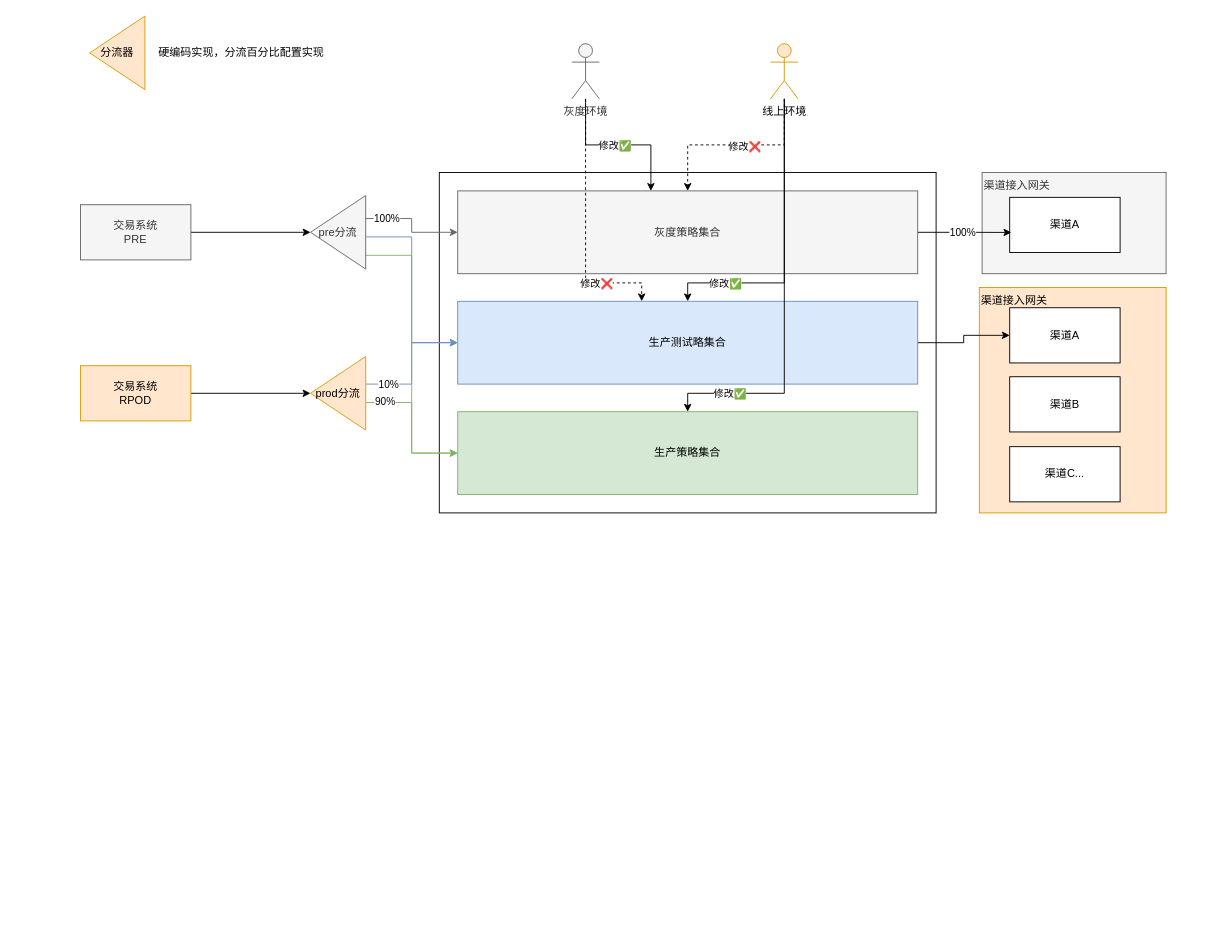
Above: 路由策略灰度能力.drawio in catface996/images (draw.io), before the change. Source tidied: cells renumbered, new cells numbered last; positions are measured from the earlier drawing's top-left corner, leaving out a move shared by most shapes. Both pictures are drawn from the tidied source at 92%, with x=0, y=0 at pixel (80, 16).
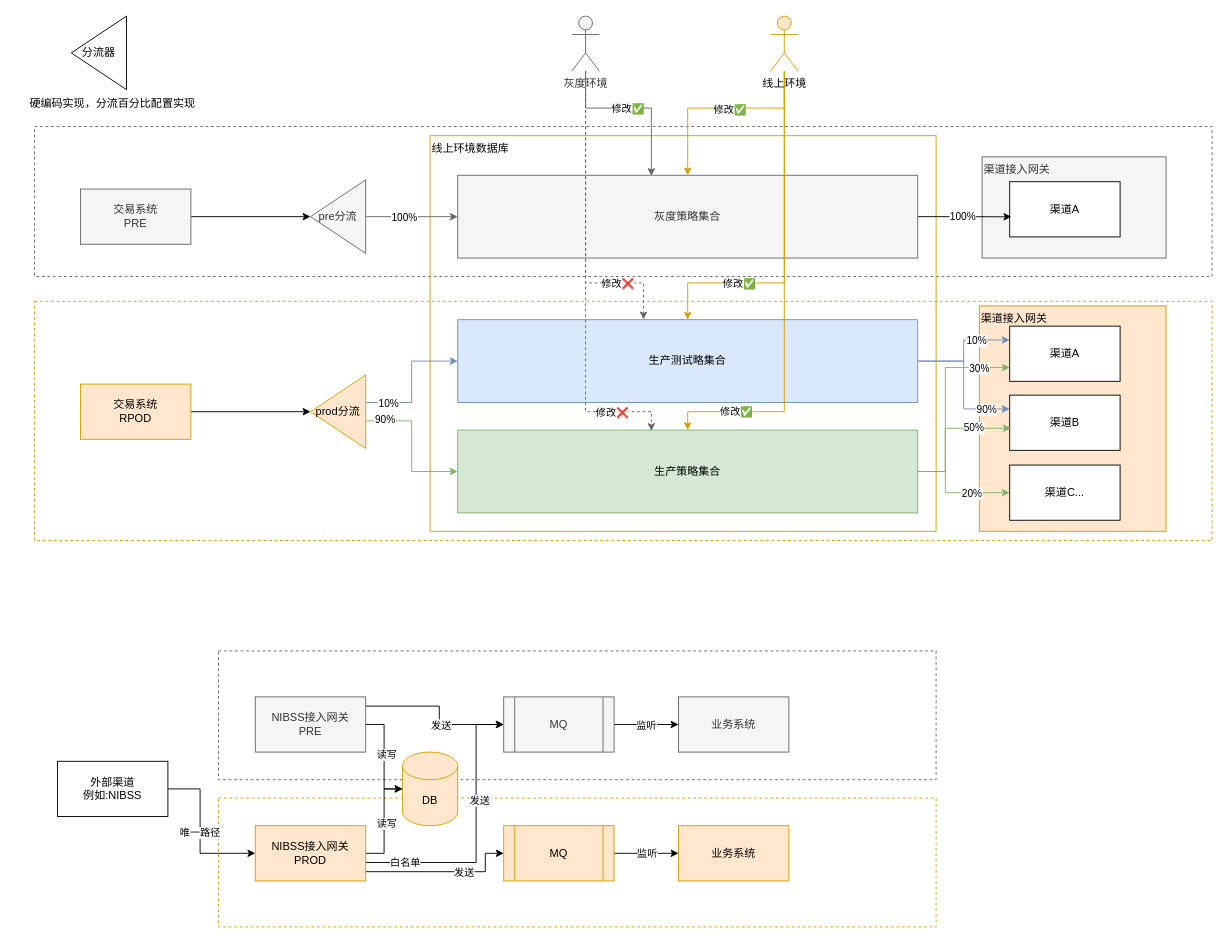
The same page after the edit.

Commit message:
更新路由策略灰度能力.drawio

Change to the diagram source:
```diff
@@
+    <mxCell id="43" style="rounded=0;whiteSpace=wrap;html=1;fillColor=none;strokeColor=#d79b00;dashed=1;" parent="1" vertex="1">
+      <mxGeometry x="150" y="850" width="780" height="140" as="geometry" />
+    </mxCell>
+    <mxCell id="44" style="rounded=0;whiteSpace=wrap;html=1;fillColor=none;strokeColor=#666666;dashed=1;fontColor=#333333;" parent="1" vertex="1">
+      <mxGeometry x="150" y="690" width="780" height="140" as="geometry" />
+    </mxCell>
+    <mxCell id="45" style="rounded=0;whiteSpace=wrap;html=1;fillColor=none;strokeColor=#666666;dashed=1;fontColor=#333333;" parent="1" vertex="1">
+      <mxGeometry x="-50" y="120" width="1280" height="163" as="geometry" />
+    </mxCell>
+    <mxCell id="46" style="rounded=0;whiteSpace=wrap;html=1;fillColor=none;strokeColor=#D79B00;dashed=1;" parent="1" vertex="1">
+      <mxGeometry x="-50" y="310" width="1280" height="260" as="geometry" />
+    </mxCell>
     <mxCell id="2" value="渠道接入网关" style="rounded=0;whiteSpace=wrap;html=1;fillColor=#ffe6cc;strokeColor=#d79b00;align=left;verticalAlign=top;" parent="1" vertex="1">
-      <mxGeometry x="977" y="295" width="203" height="245" as="geometry" />
+      <mxGeometry x="977" y="315" width="203" height="245" as="geometry" />
     </mxCell>
     <mxCell id="3" value="渠道接入网关" style="rounded=0;whiteSpace=wrap;html=1;fillColor=#f5f5f5;strokeColor=#666666;align=left;verticalAlign=top;fontColor=#333333;" parent="1" vertex="1">
-      <mxGeometry x="980" y="170" width="200" height="110" as="geometry" />
+      <mxGeometry x="980" y="153" width="200" height="110" as="geometry" />
     </mxCell>
     <mxCell id="4" value="渠道A" style="rounded=0;whiteSpace=wrap;html=1;" parent="1" vertex="1">
-      <mxGeometry x="1010" y="197" width="120" height="60" as="geometry" />
+      <mxGeometry x="1010" y="180" width="120" height="60" as="geometry" />
     </mxCell>
     <mxCell id="5" value="渠道A" style="rounded=0;whiteSpace=wrap;html=1;" parent="1" vertex="1">
-      <mxGeometry x="1010" y="317" width="120" height="60" as="geometry" />
+      <mxGeometry x="1010" y="337" width="120" height="60" as="geometry" />
     </mxCell>
     <mxCell id="6" value="渠道B" style="rounded=0;whiteSpace=wrap;html=1;" parent="1" vertex="1">
-      <mxGeometry x="1010" y="392" width="120" height="60" as="geometry" />
+      <mxGeometry x="1010" y="412" width="120" height="60" as="geometry" />
     </mxCell>
     <mxCell id="7" value="渠道C..." style="rounded=0;whiteSpace=wrap;html=1;" parent="1" vertex="1">
-      <mxGeometry x="1010" y="468" width="120" height="60" as="geometry" />
+      <mxGeometry x="1010" y="488" width="120" height="60" as="geometry" />
     </mxCell>
-    <mxCell id="8" style="rounded=0;whiteSpace=wrap;html=1;" parent="1" vertex="1">
-      <mxGeometry x="390" y="170" width="540" height="370" as="geometry" />
+    <mxCell id="8" value="线上环境数据库" style="rounded=0;whiteSpace=wrap;html=1;fillColor=none;align=left;verticalAlign=top;strokeColor=#d79b00;gradientColor=none;" parent="1" vertex="1">
+      <mxGeometry x="380" y="130" width="550" height="430" as="geometry" />
     </mxCell>
@@
     <mxCell id="11" value="灰度策略集合" style="rounded=0;whiteSpace=wrap;html=1;fillColor=#f5f5f5;fontColor=#333333;strokeColor=#666666;" parent="1" vertex="1">
-      <mxGeometry x="410" y="190" width="500" height="90" as="geometry" />
+      <mxGeometry x="410" y="173" width="500" height="90" as="geometry" />
     </mxCell>
-    <mxCell id="12" style="edgeStyle=orthogonalEdgeStyle;rounded=0;jettySize=auto;html=1;entryX=0;entryY=0.5;entryDx=0;entryDy=0;" parent="1" edge="1" source="13" target="5">
+    <mxCell id="12" style="edgeStyle=orthogonalEdgeStyle;rounded=0;jettySize=auto;html=1;entryX=0;entryY=0.25;entryDx=0;entryDy=0;fillColor=#dae8fc;strokeColor=#6c8ebf;" parent="1" edge="1" source="13" target="5">
       <mxGeometry relative="1" as="geometry" />
     </mxCell>
+    <mxCell id="47" value="10%" style="edgeLabel;html=1;align=center;verticalAlign=middle;" parent="12" vertex="1">
+      <mxGeometry x="0.4" relative="1" as="geometry" />
+    </mxCell>
+    <mxCell id="48" style="edgeStyle=orthogonalEdgeStyle;rounded=0;jettySize=auto;html=1;entryX=0;entryY=0.25;entryDx=0;entryDy=0;fillColor=#dae8fc;strokeColor=#6c8ebf;" parent="1" edge="1" source="13" target="6">
+      <mxGeometry relative="1" as="geometry" />
+    </mxCell>
+    <mxCell id="49" value="90%" style="edgeLabel;html=1;align=center;verticalAlign=middle;" parent="48" vertex="1">
+      <mxGeometry x="0.66" relative="1" as="geometry" />
+    </mxCell>
     <mxCell id="13" value="生产测试略集合" style="rounded=0;whiteSpace=wrap;html=1;fillColor=#dae8fc;strokeColor=#6c8ebf;" parent="1" vertex="1">
-      <mxGeometry x="410" y="310" width="500" height="90" as="geometry" />
+      <mxGeometry x="410" y="330" width="500" height="90" as="geometry" />
     </mxCell>
+    <mxCell id="50" style="edgeStyle=orthogonalEdgeStyle;rounded=0;jettySize=auto;html=1;entryX=0;entryY=0.75;entryDx=0;entryDy=0;fillColor=#d5e8d4;strokeColor=#82b366;" parent="1" edge="1" source="14" target="5">
+      <mxGeometry relative="1" as="geometry">
+        <Array as="points">
+          <mxPoint x="940" y="495" />
+          <mxPoint x="940" y="382" />
+        </Array>
+      </mxGeometry>
+    </mxCell>
+    <mxCell id="51" value="30%" style="edgeLabel;html=1;align=center;verticalAlign=middle;" parent="50" vertex="1">
+      <mxGeometry x="0.68" relative="1" as="geometry" />
+    </mxCell>
+    <mxCell id="52" style="edgeStyle=orthogonalEdgeStyle;rounded=0;jettySize=auto;html=1;entryX=0.011;entryY=0.6;entryDx=0;entryDy=0;entryPerimeter=0;fillColor=#d5e8d4;strokeColor=#82b366;" parent="1" edge="1" source="14" target="6">
+      <mxGeometry relative="1" as="geometry">
+        <Array as="points">
+          <mxPoint x="940" y="495" />
+          <mxPoint x="940" y="448" />
+        </Array>
+      </mxGeometry>
+    </mxCell>
+    <mxCell id="53" value="50%" style="edgeLabel;html=1;align=center;verticalAlign=middle;" parent="52" vertex="1">
+      <mxGeometry x="0.44" y="1" relative="1" as="geometry" />
+    </mxCell>
+    <mxCell id="54" style="edgeStyle=orthogonalEdgeStyle;rounded=0;jettySize=auto;html=1;entryX=0;entryY=0.5;entryDx=0;entryDy=0;fillColor=#d5e8d4;strokeColor=#82b366;" parent="1" edge="1" source="14" target="7">
+      <mxGeometry relative="1" as="geometry">
+        <Array as="points">
+          <mxPoint x="940" y="495" />
+          <mxPoint x="940" y="518" />
+        </Array>
+      </mxGeometry>
+    </mxCell>
+    <mxCell id="55" value="20%" style="edgeLabel;html=1;align=center;verticalAlign=middle;" parent="54" vertex="1">
+      <mxGeometry x="0.31" relative="1" as="geometry" />
+    </mxCell>
     <mxCell id="14" value="生产策略集合" style="rounded=0;whiteSpace=wrap;html=1;fillColor=#d5e8d4;strokeColor=#82b366;" parent="1" vertex="1">
-      <mxGeometry x="410" y="430" width="500" height="90" as="geometry" />
+      <mxGeometry x="410" y="450" width="500" height="90" as="geometry" />
     </mxCell>
     <mxCell id="15" style="edgeStyle=orthogonalEdgeStyle;rounded=0;jettySize=auto;html=1;entryX=0;entryY=0.5;entryDx=0;entryDy=0;fillColor=#dae8fc;strokeColor=#6c8ebf;" parent="1" edge="1" source="19" target="13">
       <mxGeometry relative="1" as="geometry">
         <Array as="points">
-          <mxPoint x="360" y="400" />
-          <mxPoint x="360" y="355" />
+          <mxPoint x="360" y="420" />
+          <mxPoint x="360" y="375" />
         </Array>
       </mxGeometry>
     </mxCell>
@@
     <mxCell id="17" style="edgeStyle=orthogonalEdgeStyle;rounded=0;jettySize=auto;html=1;entryX=0;entryY=0.5;entryDx=0;entryDy=0;fillColor=#d5e8d4;strokeColor=#82b366;" parent="1" edge="1" source="19" target="14">
       <mxGeometry relative="1" as="geometry">
         <Array as="points">
-          <mxPoint x="360" y="420" />
-          <mxPoint x="360" y="475" />
+          <mxPoint x="360" y="440" />
+          <mxPoint x="360" y="495" />
         </Array>
       </mxGeometry>
     </mxCell>
@@
     <mxCell id="19" value="prod分流" style="triangle;whiteSpace=wrap;html=1;direction=west;fillColor=#ffe6cc;strokeColor=#d79b00;" parent="1" vertex="1">
-      <mxGeometry x="250" y="370" width="60" height="80" as="geometry" />
+      <mxGeometry x="250" y="390" width="60" height="80" as="geometry" />
     </mxCell>
     <mxCell id="20" style="edgeStyle=orthogonalEdgeStyle;rounded=0;jettySize=auto;html=1;entryX=0;entryY=0.5;entryDx=0;entryDy=0;fillColor=#f5f5f5;strokeColor=#666666;" parent="1" edge="1" source="24" target="11">
       <mxGeometry relative="1" as="geometry">
         <Array as="points">
-          <mxPoint x="360" y="220" />
-          <mxPoint x="360" y="235" />
+          <mxPoint x="340" y="218" />
+          <mxPoint x="340" y="218" />
         </Array>
       </mxGeometry>
     </mxCell>
     <mxCell id="21" value="100%" style="edgeLabel;html=1;align=center;verticalAlign=middle;" parent="20" vertex="1">
-      <mxGeometry x="-0.61" y="1" relative="1" as="geometry" />
+      <mxGeometry x="-0.61" y="1" relative="1" as="geometry">
+        <mxPoint x="21" y="1" as="offset" />
+      </mxGeometry>
     </mxCell>
-    <mxCell id="22" style="edgeStyle=orthogonalEdgeStyle;rounded=0;jettySize=auto;html=1;entryX=0;entryY=0.5;entryDx=0;entryDy=0;fillColor=#dae8fc;strokeColor=#6c8ebf;" parent="1" edge="1" source="24" target="13">
-      <mxGeometry relative="1" as="geometry">
-        <Array as="points">
-          <mxPoint x="360" y="240" />
-          <mxPoint x="360" y="355" />
-        </Array>
-      </mxGeometry>
-    </mxCell>
-    <mxCell id="23" style="edgeStyle=orthogonalEdgeStyle;rounded=0;jettySize=auto;html=1;entryX=0;entryY=0.5;entryDx=0;entryDy=0;fillColor=#d5e8d4;strokeColor=#82b366;" parent="1" edge="1" source="24" target="14">
-      <mxGeometry relative="1" as="geometry">
-        <Array as="points">
-          <mxPoint x="360" y="260" />
-          <mxPoint x="360" y="475" />
-        </Array>
-      </mxGeometry>
-    </mxCell>
     <mxCell id="24" value="pre分流" style="triangle;whiteSpace=wrap;html=1;direction=west;fillColor=#f5f5f5;strokeColor=#666666;fontColor=#333333;" parent="1" vertex="1">
-      <mxGeometry x="250" y="195" width="60" height="80" as="geometry" />
+      <mxGeometry x="250" y="178" width="60" height="80" as="geometry" />
     </mxCell>
-    <mxCell id="25" style="edgeStyle=orthogonalEdgeStyle;rounded=0;jettySize=auto;html=1;" parent="1" edge="1" source="29">
+    <mxCell id="25" style="edgeStyle=orthogonalEdgeStyle;rounded=0;jettySize=auto;html=1;entryX=0.421;entryY=0.008;entryDx=0;entryDy=0;entryPerimeter=0;fillColor=#f5f5f5;strokeColor=#666666;" parent="1" edge="1" source="29" target="11">
       <mxGeometry relative="1" as="geometry">
-        <mxPoint x="620" y="190" as="targetPoint" />
         <Array as="points">
-          <mxPoint x="549" y="140" />
-          <mxPoint x="620" y="140" />
-          <mxPoint x="620" y="190" />
+          <mxPoint x="549" y="100" />
+          <mxPoint x="620" y="100" />
         </Array>
       </mxGeometry>
     </mxCell>
@@
-    <mxCell id="27" style="edgeStyle=orthogonalEdgeStyle;rounded=0;jettySize=auto;html=1;dashed=1;" parent="1" edge="1" source="29">
+    <mxCell id="27" style="edgeStyle=orthogonalEdgeStyle;rounded=0;jettySize=auto;html=1;dashed=1;entryX=0.404;entryY=-0.003;entryDx=0;entryDy=0;entryPerimeter=0;fillColor=#f5f5f5;strokeColor=#666666;" parent="1" edge="1" source="29" target="13">
       <mxGeometry relative="1" as="geometry">
-        <mxPoint x="610" y="310" as="targetPoint" />
         <Array as="points">
           <mxPoint x="549" y="290" />
-          <mxPoint x="610" y="290" />
-          <mxPoint x="610" y="310" />
+          <mxPoint x="612" y="290" />
         </Array>
       </mxGeometry>
     </mxCell>
     <mxCell id="28" value="修改❌" style="edgeLabel;html=1;align=center;verticalAlign=middle;" parent="27" vertex="1">
-      <mxGeometry x="0.5" relative="1" as="geometry" />
+      <mxGeometry x="0.5" relative="1" as="geometry">
+        <mxPoint x="14" as="offset" />
+      </mxGeometry>
     </mxCell>
+    <mxCell id="56" style="edgeStyle=orthogonalEdgeStyle;rounded=0;jettySize=auto;html=1;entryX=0.421;entryY=0.01;entryDx=0;entryDy=0;entryPerimeter=0;dashed=1;fillColor=#f5f5f5;strokeColor=#666666;" parent="1" edge="1" source="29" target="14">
+      <mxGeometry relative="1" as="geometry">
+        <Array as="points">
+          <mxPoint x="549" y="430" />
+          <mxPoint x="620" y="430" />
+        </Array>
+      </mxGeometry>
+    </mxCell>
+    <mxCell id="57" value="修改❌" style="edgeLabel;html=1;align=center;verticalAlign=middle;" parent="56" vertex="1">
+      <mxGeometry x="0.72" relative="1" as="geometry" />
+    </mxCell>
     <mxCell id="29" value="灰度环境" style="shape=umlActor;verticalLabelPosition=bottom;verticalAlign=top;html=1;outlineConnect=0;fillColor=#f5f5f5;fontColor=#333333;strokeColor=#666666;" parent="1" vertex="1">
-      <mxGeometry x="534" y="30" width="30" height="60" as="geometry" />
+      <mxGeometry x="534" width="30" height="60" as="geometry" />
     </mxCell>
-    <mxCell id="30" style="edgeStyle=orthogonalEdgeStyle;rounded=0;jettySize=auto;html=1;entryX=0.5;entryY=0;entryDx=0;entryDy=0;dashed=1;" parent="1" edge="1" source="36" target="11">
-      <mxGeometry relative="1" as="geometry" />
+    <mxCell id="30" style="edgeStyle=orthogonalEdgeStyle;rounded=0;jettySize=auto;html=1;entryX=0.5;entryY=0;entryDx=0;entryDy=0;fillColor=#ffe6cc;strokeColor=#d79b00;" parent="1" edge="1" source="36" target="11">
+      <mxGeometry relative="1" as="geometry">
+        <Array as="points">
+          <mxPoint x="765" y="100" />
+          <mxPoint x="660" y="100" />
+        </Array>
+      </mxGeometry>
     </mxCell>
-    <mxCell id="31" value="修改❌" style="edgeLabel;html=1;align=center;verticalAlign=middle;" parent="30" vertex="1">
+    <mxCell id="31" value="修改✅" style="edgeLabel;html=1;align=center;verticalAlign=middle;" parent="30" vertex="1">
       <mxGeometry x="-0.08" y="1" relative="1" as="geometry" />
     </mxCell>
-    <mxCell id="32" style="edgeStyle=orthogonalEdgeStyle;rounded=0;jettySize=auto;html=1;entryX=0.5;entryY=0;entryDx=0;entryDy=0;" parent="1" edge="1" source="36" target="13">
+    <mxCell id="32" style="edgeStyle=orthogonalEdgeStyle;rounded=0;jettySize=auto;html=1;entryX=0.5;entryY=0;entryDx=0;entryDy=0;fillColor=#ffe6cc;strokeColor=#d79b00;" parent="1" edge="1" source="36" target="13">
       <mxGeometry relative="1" as="geometry">
         <Array as="points">
           <mxPoint x="765" y="290" />
           <mxPoint x="660" y="290" />
         </Array>
       </mxGeometry>
     </mxCell>
     <mxCell id="33" value="修改✅" style="edgeLabel;html=1;align=center;verticalAlign=middle;" parent="32" vertex="1">
-      <mxGeometry x="0.63" relative="1" as="geometry" />
+      <mxGeometry x="0.63" relative="1" as="geometry">
+        <mxPoint x="26" as="offset" />
+      </mxGeometry>
     </mxCell>
-    <mxCell id="34" style="edgeStyle=orthogonalEdgeStyle;rounded=0;jettySize=auto;html=1;entryX=0.5;entryY=0;entryDx=0;entryDy=0;" parent="1" edge="1" source="36" target="14">
+    <mxCell id="34" style="edgeStyle=orthogonalEdgeStyle;rounded=0;jettySize=auto;html=1;entryX=0.5;entryY=0;entryDx=0;entryDy=0;fillColor=#ffe6cc;strokeColor=#d79b00;" parent="1" edge="1" source="36" target="14">
       <mxGeometry relative="1" as="geometry">
         <Array as="points">
-          <mxPoint x="765" y="410" />
-          <mxPoint x="660" y="410" />
+          <mxPoint x="765" y="430" />
+          <mxPoint x="660" y="430" />
         </Array>
       </mxGeometry>
     </mxCell>
@@
     <mxCell id="36" value="线上环境" style="shape=umlActor;verticalLabelPosition=bottom;verticalAlign=top;html=1;outlineConnect=0;fillColor=#ffe6cc;strokeColor=#d79b00;" parent="1" vertex="1">
-      <mxGeometry x="750" y="30" width="30" height="60" as="geometry" />
+      <mxGeometry x="750" width="30" height="60" as="geometry" />
     </mxCell>
@@
     <mxCell id="38" value="交易系统&lt;br&gt;PRE" style="rounded=0;whiteSpace=wrap;html=1;fillColor=#f5f5f5;fontColor=#333333;strokeColor=#666666;" parent="1" vertex="1">
-      <mxGeometry y="205" width="120" height="60" as="geometry" />
+      <mxGeometry y="188" width="120" height="60" as="geometry" />
     </mxCell>
@@
     <mxCell id="40" value="交易系统&lt;br&gt;RPOD" style="rounded=0;whiteSpace=wrap;html=1;fillColor=#ffe6cc;strokeColor=#d79b00;" parent="1" vertex="1">
-      <mxGeometry y="380" width="120" height="60" as="geometry" />
+      <mxGeometry y="400" width="120" height="60" as="geometry" />
     </mxCell>
-    <mxCell id="41" value="分流器" style="triangle;whiteSpace=wrap;html=1;direction=west;fillColor=#ffe6cc;strokeColor=#d79b00;" parent="1" vertex="1">
-      <mxGeometry x="10" width="60" height="80" as="geometry" />
+    <mxCell id="41" value="分流器" style="triangle;whiteSpace=wrap;html=1;direction=west;" parent="1" vertex="1">
+      <mxGeometry x="-10" width="60" height="80" as="geometry" />
     </mxCell>
     <mxCell id="42" value="硬编码实现，分流百分比配置实现" style="text;html=1;strokeColor=none;fillColor=none;align=center;verticalAlign=middle;whiteSpace=wrap;rounded=0;" parent="1" vertex="1">
-      <mxGeometry x="70" y="25" width="210" height="30" as="geometry" />
+      <mxGeometry x="-70" y="80" width="210" height="30" as="geometry" />
     </mxCell>
+    <mxCell id="58" value="唯一路径" style="edgeStyle=orthogonalEdgeStyle;rounded=0;jettySize=auto;html=1;entryX=0;entryY=0.5;entryDx=0;entryDy=0;" parent="1" edge="1" source="59" target="67">
+      <mxGeometry relative="1" as="geometry">
+        <Array as="points">
+          <mxPoint x="130" y="840" />
+          <mxPoint x="130" y="910" />
+        </Array>
+      </mxGeometry>
+    </mxCell>
+    <mxCell id="59" value="外部渠道&lt;br&gt;例如:NIBSS" style="rounded=0;whiteSpace=wrap;html=1;" parent="1" vertex="1">
+      <mxGeometry x="-25" y="810" width="120" height="60" as="geometry" />
+    </mxCell>
+    <mxCell id="60" style="edgeStyle=orthogonalEdgeStyle;rounded=0;jettySize=auto;html=1;entryX=0;entryY=0.5;entryDx=0;entryDy=0;entryPerimeter=0;" parent="1" edge="1" source="67" target="73">
+      <mxGeometry relative="1" as="geometry" />
+    </mxCell>
+    <mxCell id="61" value="读写" style="edgeLabel;html=1;align=center;verticalAlign=middle;" parent="60" vertex="1">
+      <mxGeometry x="-0.04" y="-2" relative="1" as="geometry" />
+    </mxCell>
+    <mxCell id="62" style="edgeStyle=orthogonalEdgeStyle;rounded=0;jettySize=auto;html=1;entryX=0;entryY=0.5;entryDx=0;entryDy=0;" parent="1" edge="1" source="67" target="79">
+      <mxGeometry relative="1" as="geometry">
+        <Array as="points">
+          <mxPoint x="440" y="930" />
+          <mxPoint x="440" y="910" />
+        </Array>
+      </mxGeometry>
+    </mxCell>
+    <mxCell id="63" value="发送" style="edgeLabel;html=1;align=center;verticalAlign=middle;" parent="62" vertex="1">
+      <mxGeometry x="0.25" relative="1" as="geometry" />
+    </mxCell>
+    <mxCell id="64" style="edgeStyle=orthogonalEdgeStyle;rounded=0;jettySize=auto;html=1;entryX=0;entryY=0.5;entryDx=0;entryDy=0;" parent="1" edge="1" source="67" target="76">
+      <mxGeometry relative="1" as="geometry">
+        <Array as="points">
+          <mxPoint x="430" y="920" />
+          <mxPoint x="430" y="770" />
+        </Array>
+      </mxGeometry>
+    </mxCell>
+    <mxCell id="65" value="发送" style="edgeLabel;html=1;align=center;verticalAlign=middle;" parent="64" vertex="1">
+      <mxGeometry x="0.25" y="-3" relative="1" as="geometry" />
+    </mxCell>
+    <mxCell id="66" value="白名单" style="edgeLabel;html=1;align=center;verticalAlign=middle;" parent="64" vertex="1">
+      <mxGeometry x="-0.72" y="1" relative="1" as="geometry" />
+    </mxCell>
+    <mxCell id="67" value="NIBSS接入网关&lt;br&gt;PROD" style="rounded=0;whiteSpace=wrap;html=1;fillColor=#ffe6cc;strokeColor=#d79b00;" parent="1" vertex="1">
+      <mxGeometry x="190" y="880" width="120" height="60" as="geometry" />
+    </mxCell>
+    <mxCell id="68" style="edgeStyle=orthogonalEdgeStyle;rounded=0;jettySize=auto;html=1;entryX=0;entryY=0.5;entryDx=0;entryDy=0;entryPerimeter=0;" parent="1" edge="1" source="72" target="73">
+      <mxGeometry relative="1" as="geometry" />
+    </mxCell>
+    <mxCell id="69" value="读写" style="edgeLabel;html=1;align=center;verticalAlign=middle;" parent="68" vertex="1">
+      <mxGeometry x="-0.05" y="2" relative="1" as="geometry" />
+    </mxCell>
+    <mxCell id="70" style="edgeStyle=orthogonalEdgeStyle;rounded=0;jettySize=auto;html=1;entryX=0;entryY=0.5;entryDx=0;entryDy=0;" parent="1" edge="1" source="72" target="76">
+      <mxGeometry relative="1" as="geometry">
+        <Array as="points">
+          <mxPoint x="390" y="750" />
+          <mxPoint x="390" y="770" />
+        </Array>
+      </mxGeometry>
+    </mxCell>
+    <mxCell id="71" value="发送" style="edgeLabel;html=1;align=center;verticalAlign=middle;" parent="70" vertex="1">
+      <mxGeometry x="0.19" relative="1" as="geometry" />
+    </mxCell>
+    <mxCell id="72" value="NIBSS接入网关&lt;br&gt;PRE" style="rounded=0;whiteSpace=wrap;html=1;fillColor=#f5f5f5;strokeColor=#666666;fontColor=#333333;" parent="1" vertex="1">
+      <mxGeometry x="190" y="740" width="120" height="60" as="geometry" />
+    </mxCell>
+    <mxCell id="73" value="DB" style="shape=cylinder3;whiteSpace=wrap;html=1;boundedLbl=1;backgroundOutline=1;size=15;fillColor=#ffe6cc;strokeColor=#d79b00;" parent="1" vertex="1">
+      <mxGeometry x="350" y="800" width="60" height="80" as="geometry" />
+    </mxCell>
+    <mxCell id="74" style="edgeStyle=orthogonalEdgeStyle;rounded=0;jettySize=auto;html=1;entryX=0;entryY=0.5;entryDx=0;entryDy=0;" parent="1" edge="1" source="76" target="80">
+      <mxGeometry relative="1" as="geometry" />
+    </mxCell>
+    <mxCell id="75" value="监听" style="edgeLabel;html=1;align=center;verticalAlign=middle;" parent="74" vertex="1">
+      <mxGeometry x="-0.04" relative="1" as="geometry" />
+    </mxCell>
+    <mxCell id="76" value="MQ" style="shape=process;whiteSpace=wrap;html=1;backgroundOutline=1;fillColor=#f5f5f5;fontColor=#333333;strokeColor=#666666;" parent="1" vertex="1">
+      <mxGeometry x="460" y="740" width="120" height="60" as="geometry" />
+    </mxCell>
+    <mxCell id="77" style="edgeStyle=orthogonalEdgeStyle;rounded=0;jettySize=auto;html=1;entryX=0;entryY=0.5;entryDx=0;entryDy=0;" parent="1" edge="1" source="79" target="81">
+      <mxGeometry relative="1" as="geometry" />
+    </mxCell>
+    <mxCell id="78" value="监听" style="edgeLabel;html=1;align=center;verticalAlign=middle;" parent="77" vertex="1">
+      <mxGeometry x="-0.01" relative="1" as="geometry" />
+    </mxCell>
+    <mxCell id="79" value="MQ" style="shape=process;whiteSpace=wrap;html=1;backgroundOutline=1;fillColor=#ffe6cc;strokeColor=#d79b00;" parent="1" vertex="1">
+      <mxGeometry x="460" y="880" width="120" height="60" as="geometry" />
+    </mxCell>
+    <mxCell id="80" value="业务系统" style="rounded=0;whiteSpace=wrap;html=1;fillColor=#f5f5f5;fontColor=#333333;strokeColor=#666666;" parent="1" vertex="1">
+      <mxGeometry x="650" y="740" width="120" height="60" as="geometry" />
+    </mxCell>
+    <mxCell id="81" value="业务系统" style="rounded=0;whiteSpace=wrap;html=1;fillColor=#ffe6cc;strokeColor=#d79b00;" parent="1" vertex="1">
+      <mxGeometry x="650" y="880" width="120" height="60" as="geometry" />
+    </mxCell>
```
